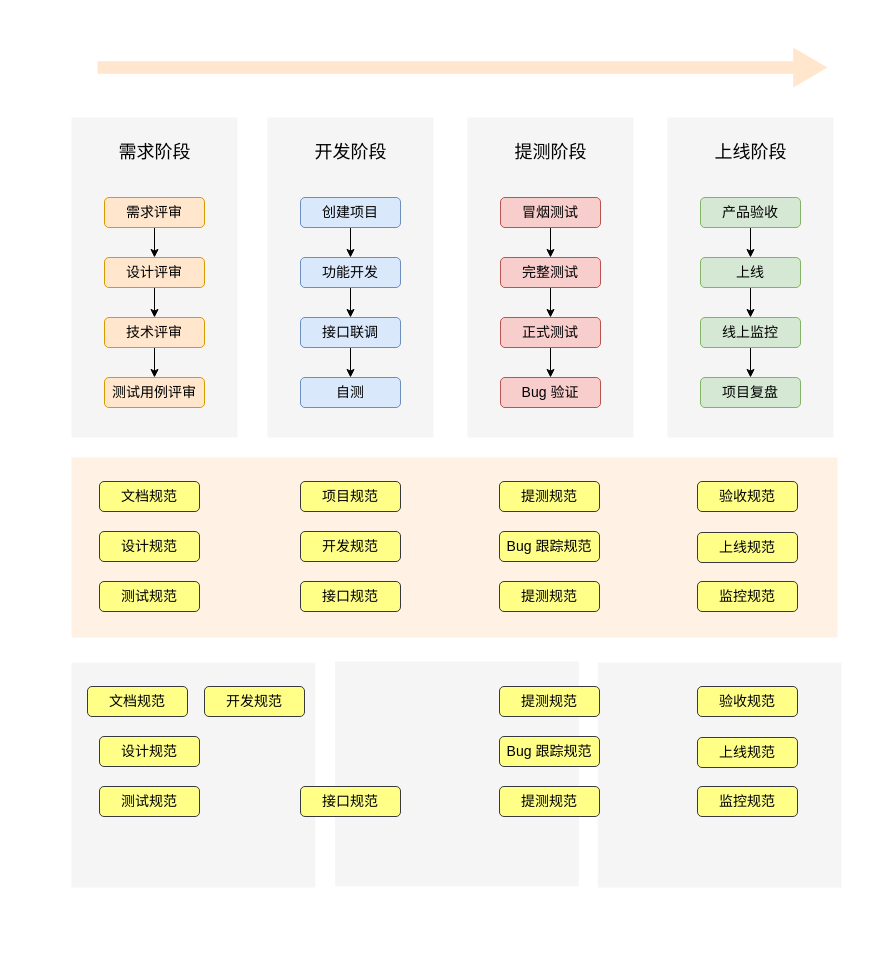
The draw.io diagram page "规范" (2 of 8) of Untitled Diagram.drawio in leer0911/draw.io, before the edit. Source tidied: cells renumbered, new cells numbered last; positions are measured from the earlier drawing's top-left corner, leaving out a move shared by most shapes. Both pictures are drawn from the tidied source at 100%, with x=0, y=0 at pixel (17, 17).
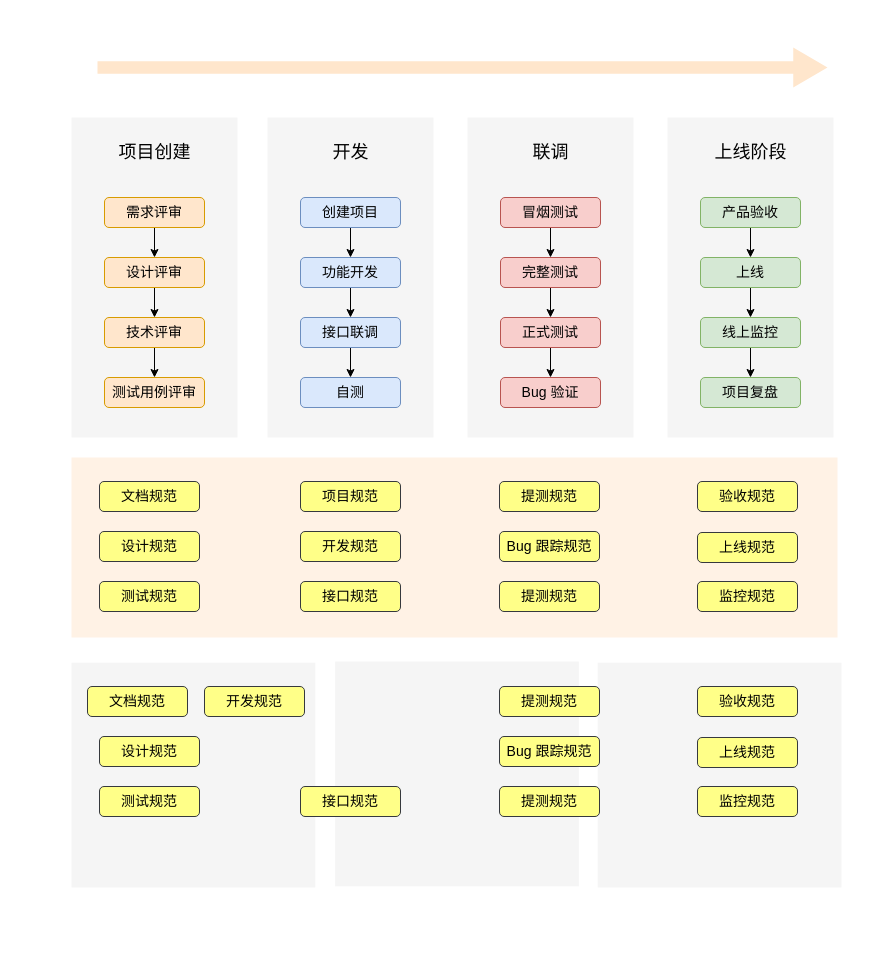
After the change.

The edit, as a diff of the source:
```diff
@@
-    <mxCell id="2" style="rounded=0;whiteSpace=wrap;html=1;fontFamily=Helvetica;fontSize=18;strokeColor=none;" parent="1" vertex="1">
-      <mxGeometry width="860" height="930" as="geometry" />
-    </mxCell>
@@
-    <mxCell id="42" value="需求阶段" style="text;html=1;align=center;verticalAlign=middle;strokeColor=none;fillColor=none;fontSize=18;fontFamily=Helvetica;fontColor=default;" parent="1" vertex="1">
+    <mxCell id="42" value="项目创建" style="text;html=1;align=center;verticalAlign=middle;strokeColor=none;fillColor=none;fontSize=18;fontFamily=Helvetica;fontColor=default;" parent="1" vertex="1">
       <mxGeometry x="92" y="120" width="90" height="30" as="geometry" />
     </mxCell>
-    <mxCell id="43" value="开发阶段" style="text;html=1;align=center;verticalAlign=middle;strokeColor=none;fillColor=none;fontSize=18;fontFamily=Helvetica;fontColor=default;" parent="1" vertex="1">
-      <mxGeometry x="288" y="120" width="90" height="30" as="geometry" />
+    <mxCell id="43" value="开发" style="text;html=1;align=center;verticalAlign=middle;strokeColor=none;fillColor=none;fontSize=18;fontFamily=Helvetica;fontColor=default;" parent="1" vertex="1">
+      <mxGeometry x="308" y="120" width="50" height="30" as="geometry" />
     </mxCell>
@@
-    <mxCell id="45" value="提测阶段" style="text;html=1;align=center;verticalAlign=middle;strokeColor=none;fillColor=none;fontSize=18;fontFamily=Helvetica;fontColor=default;" parent="1" vertex="1">
-      <mxGeometry x="488" y="120" width="90" height="30" as="geometry" />
+    <mxCell id="45" value="联调" style="text;html=1;align=center;verticalAlign=middle;strokeColor=none;fillColor=none;fontSize=18;fontFamily=Helvetica;fontColor=default;" parent="1" vertex="1">
+      <mxGeometry x="508" y="120" width="50" height="30" as="geometry" />
     </mxCell>
```
